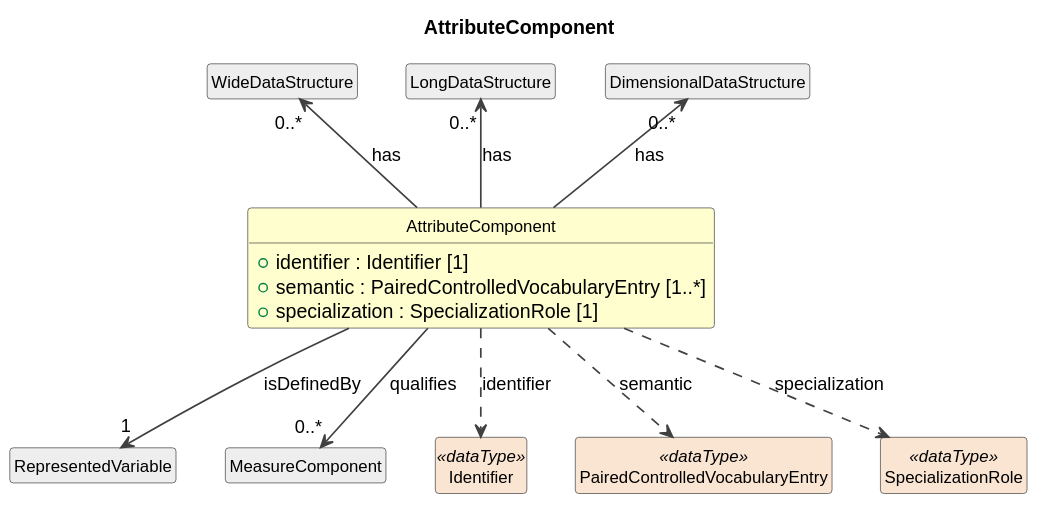
Cross-Domain-Interoperability-Framework/metadataBuildingBlocks keeps this PlantUML diagram as build/plantuml/cdifDataStructure/Classes/AttributeComponent.svg. Above is the earlier version.
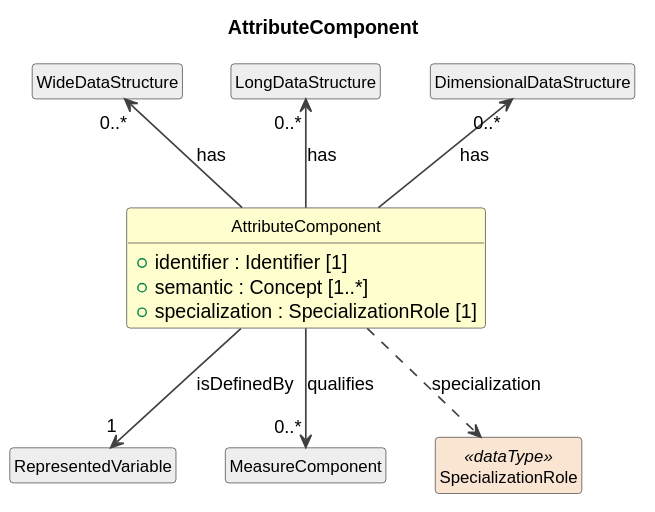
The same diagram one commit later.

Diff of the diagram source:
```diff
@@ -12,7 +12,7 @@
 
 class "AttributeComponent" as AttributeComponent #FEFECE {
   +identifier : Identifier [1]
-  +semantic : PairedControlledVocabularyEntry [1..*]
+  +semantic : Concept [1..*]
   +specialization : SpecializationRole [1]
 }
 class "WideDataStructure" as WideDataStructure #EEEEEE
@@ -25,10 +25,6 @@
 AttributeComponent --> "1" RepresentedVariable : isDefinedBy
 class "MeasureComponent" as MeasureComponent #EEEEEE
 AttributeComponent --> "0..*" MeasureComponent : qualifies
-class "Identifier" as Identifier <<dataType>> #FAE5D3
-AttributeComponent ..> Identifier : identifier
-class "PairedControlledVocabularyEntry" as PairedControlledVocabularyEntry <<dataType>> #FAE5D3
-AttributeComponent ..> PairedControlledVocabularyEntry : semantic
 class "SpecializationRole" as SpecializationRole <<dataType>> #FAE5D3
 AttributeComponent ..> SpecializationRole : specialization
 @enduml
```
